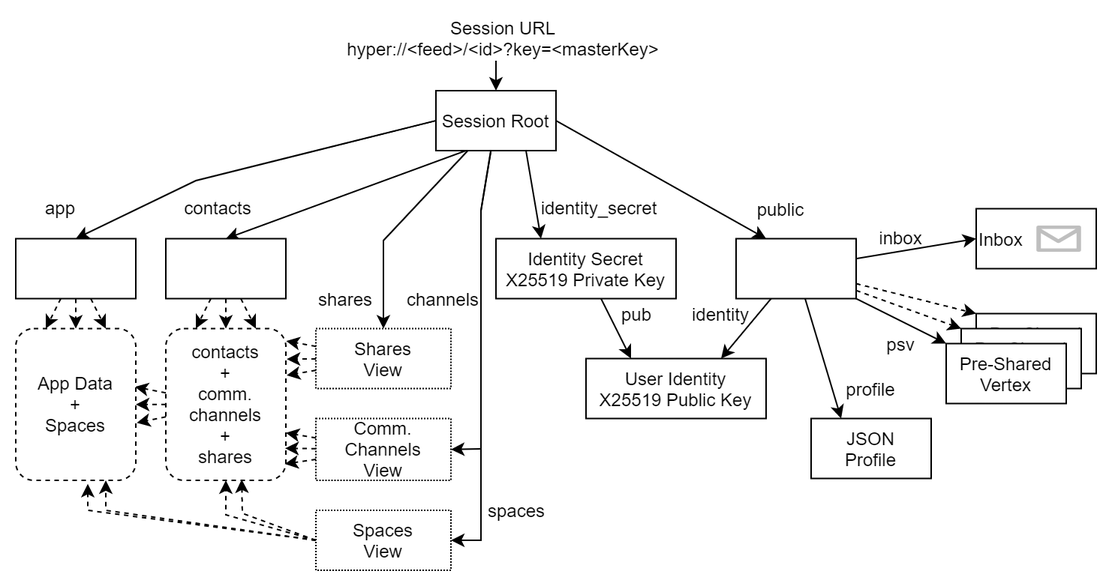
fsteff/certacrypt keeps this draw.io diagram as docs/session.png. Above is the earlier version. Source tidied: cells renumbered, new cells last; positions are measured from the earlier drawing's top-left corner, leaving out a move shared by most shapes.
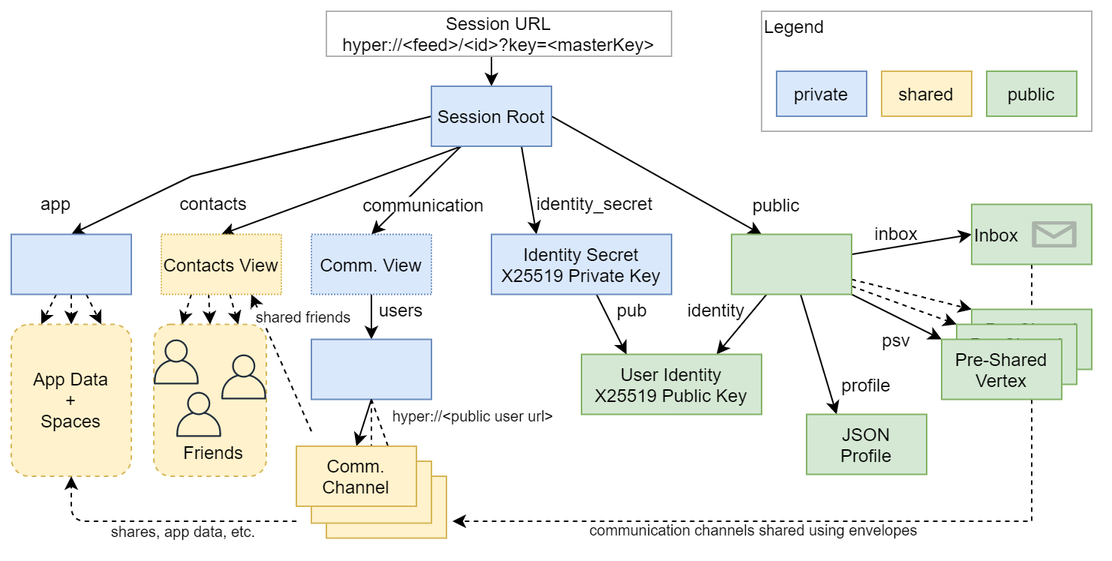
Above is the later version.

What changed in the source:
```diff
@@ -4,2 +4,22 @@
     <mxCell id="1" parent="0" />
+    <mxCell id="66" style="edgeStyle=none;rounded=0;jettySize=auto;html=1;dashed=1;" parent="1" edge="1" source="32">
+      <mxGeometry relative="1" as="geometry">
+        <mxPoint x="294" y="340" as="targetPoint" />
+        <Array as="points">
+          <mxPoint x="680" y="340" />
+        </Array>
+      </mxGeometry>
+    </mxCell>
+    <mxCell id="67" style="rounded=1;whiteSpace=wrap;html=1;fillColor=#fff2cc;dashed=1;strokeColor=#d6b656;" parent="1" vertex="1">
+      <mxGeometry x="95" y="208.8" width="75" height="101.2" as="geometry" />
+    </mxCell>
+    <mxCell id="68" style="endArrow=classic;html=1;exitX=0.5;exitY=1;exitDx=0;exitDy=0;entryX=0.605;entryY=0.017;entryDx=0;entryDy=0;dashed=1;entryPerimeter=0;" parent="1" edge="1" source="78" target="69">
+      <mxGeometry relative="1" as="geometry" />
+    </mxCell>
+    <mxCell id="69" style="rounded=0;whiteSpace=wrap;html=1;fillColor=#fff2cc;strokeColor=#d6b656;" parent="1" vertex="1">
+      <mxGeometry x="210" y="310" width="80" height="41.2" as="geometry" />
+    </mxCell>
+    <mxCell id="70" style="rounded=0;whiteSpace=wrap;html=1;fillColor=#fff2cc;strokeColor=#d6b656;" parent="1" vertex="1">
+      <mxGeometry x="200" y="300" width="80" height="41.2" as="geometry" />
+    </mxCell>
     <mxCell id="2" style="endArrow=classic;html=1;" parent="1" edge="1">
@@ -10,3 +30,3 @@
     </mxCell>
-    <mxCell id="3" value="Session URL&lt;br&gt;hyper://&amp;lt;feed&amp;gt;/&amp;lt;id&amp;gt;?key=&amp;lt;masterKey&amp;gt;" style="text;html=1;strokeColor=none;fillColor=none;align=center;verticalAlign=middle;whiteSpace=wrap;rounded=0;" parent="1" vertex="1">
+    <mxCell id="3" value="Session URL&lt;br&gt;hyper://&amp;lt;feed&amp;gt;/&amp;lt;id&amp;gt;?key=&amp;lt;masterKey&amp;gt;" style="text;html=1;fillColor=none;align=center;verticalAlign=middle;whiteSpace=wrap;rounded=0;strokeColor=#B3B3B3;" parent="1" vertex="1">
       <mxGeometry x="210" width="230" height="30" as="geometry" />
@@ -29,26 +49,6 @@
     </mxCell>
-    <mxCell id="8" style="edgeStyle=none;rounded=0;jettySize=auto;html=1;entryX=0.5;entryY=0;entryDx=0;entryDy=0;" parent="1" edge="1" source="11" target="52">
-      <mxGeometry relative="1" as="geometry">
-        <Array as="points">
-          <mxPoint x="245" y="150" />
-        </Array>
-      </mxGeometry>
-    </mxCell>
-    <mxCell id="9" style="edgeStyle=none;rounded=0;jettySize=auto;html=1;entryX=1;entryY=0.5;entryDx=0;entryDy=0;" parent="1" edge="1" source="11" target="56">
-      <mxGeometry relative="1" as="geometry">
-        <Array as="points">
-          <mxPoint x="310" y="130" />
-          <mxPoint x="310" y="289" />
-        </Array>
-      </mxGeometry>
-    </mxCell>
-    <mxCell id="10" style="edgeStyle=none;rounded=0;jettySize=auto;html=1;entryX=1;entryY=0.5;entryDx=0;entryDy=0;" parent="1" edge="1" source="11" target="64">
-      <mxGeometry relative="1" as="geometry">
-        <Array as="points">
-          <mxPoint x="310" y="130" />
-          <mxPoint x="310" y="350" />
-        </Array>
-      </mxGeometry>
-    </mxCell>
+    <mxCell id="71" style="rounded=0;jettySize=auto;html=1;entryX=0.5;entryY=0;entryDx=0;entryDy=0;" parent="1" edge="1" source="11" target="76">
+      <mxGeometry relative="1" as="geometry" />
+    </mxCell>
-    <mxCell id="11" value="Session Root" style="rounded=0;whiteSpace=wrap;html=1;" parent="1" vertex="1">
+    <mxCell id="11" value="Session Root" style="rounded=0;whiteSpace=wrap;html=1;fillColor=#dae8fc;strokeColor=#6c8ebf;" parent="1" vertex="1">
       <mxGeometry x="280" y="50" width="80" height="40" as="geometry" />
@@ -73,3 +73,3 @@
     </mxCell>
-    <mxCell id="18" style="rounded=0;whiteSpace=wrap;html=1;align=left;" parent="1" vertex="1">
+    <mxCell id="18" style="rounded=0;whiteSpace=wrap;html=1;align=left;fillColor=#d5e8d4;strokeColor=#82b366;" parent="1" vertex="1">
       <mxGeometry x="480" y="148.8" width="80" height="40" as="geometry" />
@@ -79,6 +79,6 @@
     </mxCell>
-    <mxCell id="20" value="User Identity&lt;br&gt;&lt;span&gt;X25519 Public Key&lt;/span&gt;" style="rounded=0;whiteSpace=wrap;html=1;" parent="1" vertex="1">
+    <mxCell id="20" value="User Identity&lt;br&gt;&lt;span&gt;X25519 Public Key&lt;/span&gt;" style="rounded=0;whiteSpace=wrap;html=1;fillColor=#d5e8d4;strokeColor=#82b366;" parent="1" vertex="1">
       <mxGeometry x="380" y="228.8" width="120" height="40" as="geometry" />
     </mxCell>
-    <mxCell id="21" value="JSON&lt;br&gt;Profile" style="rounded=0;whiteSpace=wrap;html=1;" parent="1" vertex="1">
+    <mxCell id="21" value="JSON&lt;br&gt;Profile" style="rounded=0;whiteSpace=wrap;html=1;fillColor=#d5e8d4;strokeColor=#82b366;" parent="1" vertex="1">
       <mxGeometry x="530" y="268.8" width="80" height="40" as="geometry" />
@@ -91,9 +91,9 @@
     </mxCell>
-    <mxCell id="24" value="Pre-Shared&lt;br&gt;Vertex" style="rounded=0;whiteSpace=wrap;html=1;" parent="1" vertex="1">
+    <mxCell id="24" value="Pre-Shared&lt;br&gt;Vertex" style="rounded=0;whiteSpace=wrap;html=1;fillColor=#d5e8d4;strokeColor=#82b366;" parent="1" vertex="1">
       <mxGeometry x="640" y="198.8" width="80" height="40" as="geometry" />
     </mxCell>
-    <mxCell id="25" value="Pre-Shared&lt;br&gt;Vertex" style="rounded=0;whiteSpace=wrap;html=1;" parent="1" vertex="1">
+    <mxCell id="25" value="Pre-Shared&lt;br&gt;Vertex" style="rounded=0;whiteSpace=wrap;html=1;fillColor=#d5e8d4;strokeColor=#82b366;" parent="1" vertex="1">
       <mxGeometry x="630" y="208.8" width="80" height="40" as="geometry" />
     </mxCell>
-    <mxCell id="26" value="Pre-Shared&lt;br&gt;Vertex" style="rounded=0;whiteSpace=wrap;html=1;" parent="1" vertex="1">
+    <mxCell id="26" value="Pre-Shared&lt;br&gt;Vertex" style="rounded=0;whiteSpace=wrap;html=1;fillColor=#d5e8d4;strokeColor=#82b366;" parent="1" vertex="1">
       <mxGeometry x="620" y="218.8" width="80" height="40" as="geometry" />
@@ -103,3 +103,3 @@
     </mxCell>
-    <mxCell id="28" value="Identity Secret&lt;br&gt;X25519 Private Key" style="rounded=0;whiteSpace=wrap;html=1;" parent="1" vertex="1">
+    <mxCell id="28" value="Identity Secret&lt;br&gt;X25519 Private Key" style="rounded=0;whiteSpace=wrap;html=1;fillColor=#dae8fc;strokeColor=#6c8ebf;" parent="1" vertex="1">
       <mxGeometry x="320" y="148.8" width="120" height="40" as="geometry" />
@@ -115,3 +115,3 @@
     </mxCell>
-    <mxCell id="32" value="Inbox" style="rounded=0;whiteSpace=wrap;html=1;align=left;" parent="1" vertex="1">
+    <mxCell id="32" value="Inbox" style="rounded=0;whiteSpace=wrap;html=1;align=left;fillColor=#d5e8d4;strokeColor=#82b366;" parent="1" vertex="1">
       <mxGeometry x="640" y="128.8" width="80" height="40" as="geometry" />
@@ -124,12 +124,12 @@
     </mxCell>
-    <mxCell id="35" style="edgeStyle=none;rounded=0;jettySize=auto;html=1;dashed=1;" parent="1" edge="1" source="38" target="48">
-      <mxGeometry relative="1" as="geometry" />
-    </mxCell>
-    <mxCell id="36" style="edgeStyle=none;rounded=0;jettySize=auto;html=1;entryX=0.25;entryY=0;entryDx=0;entryDy=0;dashed=1;" parent="1" edge="1" source="38" target="48">
-      <mxGeometry relative="1" as="geometry" />
-    </mxCell>
-    <mxCell id="37" style="edgeStyle=none;rounded=0;jettySize=auto;html=1;entryX=0.75;entryY=0;entryDx=0;entryDy=0;dashed=1;" parent="1" edge="1" source="38" target="48">
-      <mxGeometry relative="1" as="geometry" />
-    </mxCell>
+    <mxCell id="72" style="rounded=0;jettySize=auto;html=1;entryX=0.25;entryY=0;entryDx=0;entryDy=0;dashed=1;exitX=0.25;exitY=1;exitDx=0;exitDy=0;" parent="1" edge="1" source="38" target="67">
+      <mxGeometry relative="1" as="geometry" />
+    </mxCell>
+    <mxCell id="73" style="edgeStyle=none;rounded=0;jettySize=auto;html=1;entryX=0.5;entryY=0;entryDx=0;entryDy=0;dashed=1;exitX=0.394;exitY=0.987;exitDx=0;exitDy=0;exitPerimeter=0;" parent="1" edge="1" source="38" target="67">
+      <mxGeometry relative="1" as="geometry" />
+    </mxCell>
+    <mxCell id="74" style="edgeStyle=none;rounded=0;jettySize=auto;html=1;entryX=0.75;entryY=0;entryDx=0;entryDy=0;dashed=1;" parent="1" edge="1" source="38" target="67">
+      <mxGeometry relative="1" as="geometry" />
+    </mxCell>
-    <mxCell id="38" style="rounded=0;whiteSpace=wrap;html=1;fillColor=#FFFFFF;" parent="1" vertex="1">
+    <mxCell id="38" value="Contacts View" style="rounded=0;whiteSpace=wrap;html=1;fillColor=#fff2cc;dashed=1;dashPattern=1 1;strokeColor=#d6b656;" parent="1" vertex="1">
       <mxGeometry x="100" y="148.8" width="80" height="40" as="geometry" />
@@ -148,3 +148,3 @@
     </mxCell>
-    <mxCell id="43" style="rounded=0;whiteSpace=wrap;html=1;fillColor=#FFFFFF;" parent="1" vertex="1">
+    <mxCell id="43" style="rounded=0;whiteSpace=wrap;html=1;fillColor=#dae8fc;strokeColor=#6c8ebf;" parent="1" vertex="1">
       <mxGeometry y="148.8" width="80" height="40" as="geometry" />
@@ -154,81 +154,81 @@
     </mxCell>
-    <mxCell id="45" style="edgeStyle=none;rounded=0;jettySize=auto;html=1;entryX=1;entryY=0.5;entryDx=0;entryDy=0;dashed=1;" parent="1" edge="1" source="48" target="59">
-      <mxGeometry relative="1" as="geometry" />
-    </mxCell>
-    <mxCell id="46" style="edgeStyle=none;rounded=0;jettySize=auto;html=1;entryX=1.008;entryY=0.621;entryDx=0;entryDy=0;entryPerimeter=0;dashed=1;" parent="1" edge="1" source="48" target="59">
-      <mxGeometry relative="1" as="geometry" />
-    </mxCell>
-    <mxCell id="47" style="edgeStyle=none;rounded=0;jettySize=auto;html=1;entryX=0.992;entryY=0.384;entryDx=0;entryDy=0;entryPerimeter=0;dashed=1;" parent="1" edge="1" source="48" target="59">
-      <mxGeometry relative="1" as="geometry" />
-    </mxCell>
-    <mxCell id="48" value="contacts&lt;br&gt;+&lt;br&gt;comm. channels&lt;br&gt;+&lt;br&gt;shares" style="rounded=1;whiteSpace=wrap;html=1;fillColor=#FFFFFF;dashed=1;" parent="1" vertex="1">
-      <mxGeometry x="100" y="208.8" width="80" height="101.2" as="geometry" />
-    </mxCell>
-    <mxCell id="49" style="edgeStyle=none;rounded=0;jettySize=auto;html=1;entryX=1.003;entryY=0.082;entryDx=0;entryDy=0;entryPerimeter=0;dashed=1;" parent="1" edge="1" source="52" target="48">
-      <mxGeometry relative="1" as="geometry" />
-    </mxCell>
-    <mxCell id="50" style="edgeStyle=none;rounded=0;jettySize=auto;html=1;dashed=1;entryX=1.007;entryY=0.201;entryDx=0;entryDy=0;entryPerimeter=0;" parent="1" edge="1" source="52" target="48">
-      <mxGeometry relative="1" as="geometry" />
-    </mxCell>
-    <mxCell id="51" style="edgeStyle=none;rounded=0;jettySize=auto;html=1;entryX=1.007;entryY=0.308;entryDx=0;entryDy=0;entryPerimeter=0;dashed=1;" parent="1" edge="1" source="52" target="48">
-      <mxGeometry relative="1" as="geometry" />
-    </mxCell>
-    <mxCell id="52" value="Shares&lt;br&gt;View" style="rounded=0;whiteSpace=wrap;html=1;dashed=1;fillColor=#FFFFFF;dashPattern=1 1;" parent="1" vertex="1">
-      <mxGeometry x="200" y="208.8" width="90" height="40" as="geometry" />
-    </mxCell>
-    <mxCell id="53" style="edgeStyle=none;rounded=0;jettySize=auto;html=1;entryX=1;entryY=0.687;entryDx=0;entryDy=0;entryPerimeter=0;dashed=1;" parent="1" edge="1" source="56" target="48">
-      <mxGeometry relative="1" as="geometry" />
-    </mxCell>
-    <mxCell id="54" style="edgeStyle=none;rounded=0;jettySize=auto;html=1;entryX=0.994;entryY=0.789;entryDx=0;entryDy=0;dashed=1;entryPerimeter=0;" parent="1" edge="1" source="56" target="48">
-      <mxGeometry relative="1" as="geometry" />
-    </mxCell>
-    <mxCell id="55" style="edgeStyle=none;rounded=0;jettySize=auto;html=1;entryX=0.991;entryY=0.892;entryDx=0;entryDy=0;entryPerimeter=0;dashed=1;" parent="1" edge="1" source="56" target="48">
-      <mxGeometry relative="1" as="geometry" />
-    </mxCell>
-    <mxCell id="56" value="Comm. Channels&lt;br&gt;View" style="rounded=0;whiteSpace=wrap;html=1;dashed=1;fillColor=#FFFFFF;dashPattern=1 1;" parent="1" vertex="1">
-      <mxGeometry x="200" y="268.8" width="90" height="41.2" as="geometry" />
-    </mxCell>
-    <mxCell id="57" value="shares" style="text;html=1;strokeColor=none;fillColor=none;align=center;verticalAlign=middle;whiteSpace=wrap;rounded=0;dashed=1;" parent="1" vertex="1">
-      <mxGeometry x="200" y="178.8" width="40" height="20" as="geometry" />
-    </mxCell>
-    <mxCell id="58" value="channels" style="text;html=1;strokeColor=none;fillColor=none;align=center;verticalAlign=middle;whiteSpace=wrap;rounded=0;dashed=1;" parent="1" vertex="1">
-      <mxGeometry x="265" y="178.8" width="40" height="20" as="geometry" />
-    </mxCell>
-    <mxCell id="59" value="App Data&lt;br&gt;+&lt;br&gt;Spaces" style="rounded=1;whiteSpace=wrap;html=1;dashed=1;fillColor=#FFFFFF;" parent="1" vertex="1">
+    <mxCell id="59" value="App Data&lt;br&gt;+&lt;br&gt;Spaces" style="rounded=1;whiteSpace=wrap;html=1;dashed=1;fillColor=#fff2cc;strokeColor=#d6b656;" parent="1" vertex="1">
       <mxGeometry y="208.8" width="80" height="101.2" as="geometry" />
     </mxCell>
-    <mxCell id="60" style="edgeStyle=none;rounded=0;jettySize=auto;html=1;entryX=0.5;entryY=1;entryDx=0;entryDy=0;dashed=1;exitX=0;exitY=0.5;exitDx=0;exitDy=0;" parent="1" edge="1" source="64" target="48">
-      <mxGeometry relative="1" as="geometry">
-        <Array as="points">
-          <mxPoint x="140" y="333" />
-        </Array>
-      </mxGeometry>
-    </mxCell>
-    <mxCell id="61" style="edgeStyle=none;rounded=0;jettySize=auto;html=1;entryX=0.75;entryY=1;entryDx=0;entryDy=0;dashed=1;exitX=0;exitY=0.5;exitDx=0;exitDy=0;" parent="1" edge="1" source="64" target="59">
-      <mxGeometry relative="1" as="geometry">
-        <Array as="points">
-          <mxPoint x="60" y="330" />
-        </Array>
-      </mxGeometry>
-    </mxCell>
-    <mxCell id="62" style="edgeStyle=none;rounded=0;jettySize=auto;html=1;dashed=1;exitX=0;exitY=0.5;exitDx=0;exitDy=0;entryX=0.632;entryY=0.994;entryDx=0;entryDy=0;entryPerimeter=0;" parent="1" edge="1" source="64" target="48">
-      <mxGeometry relative="1" as="geometry">
-        <Array as="points">
-          <mxPoint x="151" y="332" />
-        </Array>
-      </mxGeometry>
-    </mxCell>
-    <mxCell id="63" style="edgeStyle=none;rounded=0;jettySize=auto;html=1;entryX=0.6;entryY=1.023;entryDx=0;entryDy=0;entryPerimeter=0;dashed=1;exitX=0;exitY=0.5;exitDx=0;exitDy=0;" parent="1" edge="1" source="64" target="59">
-      <mxGeometry relative="1" as="geometry">
-        <Array as="points">
-          <mxPoint x="48" y="330" />
-        </Array>
-      </mxGeometry>
-    </mxCell>
-    <mxCell id="64" value="Spaces&lt;br&gt;View" style="rounded=0;whiteSpace=wrap;html=1;dashed=1;fillColor=#FFFFFF;dashPattern=1 1;" parent="1" vertex="1">
-      <mxGeometry x="200" y="330" width="90" height="40" as="geometry" />
-    </mxCell>
-    <mxCell id="65" value="spaces" style="text;html=1;strokeColor=none;fillColor=none;align=center;verticalAlign=middle;whiteSpace=wrap;rounded=0;dashed=1;dashPattern=1 1;" parent="1" vertex="1">
-      <mxGeometry x="314" y="320" width="40" height="20" as="geometry" />
-    </mxCell>
+    <mxCell id="75" style="edgeStyle=none;rounded=0;jettySize=auto;html=1;entryX=0.5;entryY=0;entryDx=0;entryDy=0;" parent="1" edge="1" source="76" target="78">
+      <mxGeometry relative="1" as="geometry" />
+    </mxCell>
+    <mxCell id="76" value="Comm. View" style="rounded=0;whiteSpace=wrap;html=1;fillColor=#dae8fc;dashed=1;dashPattern=1 1;strokeColor=#6c8ebf;" parent="1" vertex="1">
+      <mxGeometry x="200" y="148.8" width="80" height="40" as="geometry" />
+    </mxCell>
+    <mxCell id="77" value="&lt;font style=&quot;font-size: 12px&quot;&gt;communication&lt;/font&gt;" style="text;html=1;strokeColor=none;align=center;verticalAlign=middle;whiteSpace=wrap;rounded=0;fillColor=#FFFFFF;" parent="1" vertex="1">
+      <mxGeometry x="230" y="123.8" width="90" height="10" as="geometry" />
+    </mxCell>
+    <mxCell id="78" style="rounded=0;whiteSpace=wrap;html=1;fillColor=#dae8fc;strokeColor=#6c8ebf;" parent="1" vertex="1">
+      <mxGeometry x="200" y="218.8" width="80" height="40" as="geometry" />
+    </mxCell>
+    <mxCell id="79" value="users" style="text;html=1;strokeColor=none;fillColor=none;align=center;verticalAlign=middle;whiteSpace=wrap;rounded=0;" parent="1" vertex="1">
+      <mxGeometry x="240" y="188.8" width="40" height="20" as="geometry" />
+    </mxCell>
+    <mxCell id="80" style="endArrow=classic;html=1;exitX=0.5;exitY=1;exitDx=0;exitDy=0;entryX=0.5;entryY=0;entryDx=0;entryDy=0;" parent="1" edge="1" source="78" target="83">
+      <mxGeometry relative="1" as="geometry" />
+    </mxCell>
+    <mxCell id="81" style="endArrow=classic;html=1;exitX=0.5;exitY=1;exitDx=0;exitDy=0;entryX=0.5;entryY=0;entryDx=0;entryDy=0;dashed=1;" parent="1" edge="1" source="78" target="70">
+      <mxGeometry relative="1" as="geometry" />
+    </mxCell>
+    <mxCell id="82" value="&lt;font style=&quot;font-size: 10px&quot;&gt;hyper://&amp;lt;public user url&amp;gt;&lt;/font&gt;" style="text;html=1;strokeColor=none;fillColor=none;align=center;verticalAlign=middle;whiteSpace=wrap;rounded=0;" parent="1" vertex="1">
+      <mxGeometry x="250" y="258.8" width="116" height="20" as="geometry" />
+    </mxCell>
+    <mxCell id="83" value="Comm.&lt;br&gt;Channel" style="rounded=0;whiteSpace=wrap;html=1;fillColor=#fff2cc;strokeColor=#d6b656;" parent="1" vertex="1">
+      <mxGeometry x="190" y="290" width="80" height="40" as="geometry" />
+    </mxCell>
+    <mxCell id="84" style="endArrow=classic;html=1;dashed=1;entryX=0.5;entryY=1;entryDx=0;entryDy=0;edgeStyle=orthogonalEdgeStyle;" parent="1" edge="1" target="59">
+      <mxGeometry relative="1" as="geometry">
+        <mxPoint x="190" y="340" as="sourcePoint" />
+        <Array as="points">
+          <mxPoint x="40" y="340" />
+        </Array>
+      </mxGeometry>
+    </mxCell>
+    <mxCell id="85" style="endArrow=classic;html=1;dashed=1;entryX=0.75;entryY=1;entryDx=0;entryDy=0;" parent="1" edge="1" target="38">
+      <mxGeometry relative="1" as="geometry">
+        <mxPoint x="200" y="280" as="sourcePoint" />
+      </mxGeometry>
+    </mxCell>
+    <mxCell id="86" value="&lt;font style=&quot;font-size: 10px&quot;&gt;shares, app data, etc.&lt;/font&gt;" style="text;html=1;strokeColor=none;fillColor=none;align=center;verticalAlign=middle;whiteSpace=wrap;rounded=0;" parent="1" vertex="1">
+      <mxGeometry x="30" y="341.2" width="170" height="8.8" as="geometry" />
+    </mxCell>
+    <mxCell id="87" value="&lt;font style=&quot;font-size: 10px&quot;&gt;shared friends&lt;/font&gt;" style="text;html=1;strokeColor=none;align=center;verticalAlign=middle;whiteSpace=wrap;rounded=0;fillColor=#ffffff;" parent="1" vertex="1">
+      <mxGeometry x="160" y="197.5" width="70" height="11.2" as="geometry" />
+    </mxCell>
+    <mxCell id="88" style="fontColor=#232F3E;gradientColor=none;fillColor=#232F3E;strokeColor=none;dashed=0;verticalLabelPosition=bottom;verticalAlign=top;align=center;html=1;fontSize=12;fontStyle=0;shape=mxgraph.aws4.user;" parent="1" vertex="1">
+      <mxGeometry x="95" y="218.8" width="30" height="30" as="geometry" />
+    </mxCell>
+    <mxCell id="89" style="fontColor=#232F3E;gradientColor=none;fillColor=#232F3E;strokeColor=none;dashed=0;verticalLabelPosition=bottom;verticalAlign=top;align=center;html=1;fontSize=12;fontStyle=0;shape=mxgraph.aws4.user;" parent="1" vertex="1">
+      <mxGeometry x="140" y="228.8" width="30" height="30" as="geometry" />
+    </mxCell>
+    <mxCell id="90" style="fontColor=#232F3E;gradientColor=none;fillColor=#232F3E;strokeColor=none;dashed=0;verticalLabelPosition=bottom;verticalAlign=top;align=center;html=1;fontSize=12;fontStyle=0;shape=mxgraph.aws4.user;" parent="1" vertex="1">
+      <mxGeometry x="110" y="253.8" width="30" height="30" as="geometry" />
+    </mxCell>
+    <mxCell id="91" value="Friends" style="text;html=1;strokeColor=none;fillColor=none;align=center;verticalAlign=middle;whiteSpace=wrap;rounded=0;dashed=1;" parent="1" vertex="1">
+      <mxGeometry x="110" y="283.8" width="50" height="20" as="geometry" />
+    </mxCell>
+    <mxCell id="92" value="&lt;font style=&quot;font-size: 10px&quot;&gt;communication channels shared using envelopes&lt;/font&gt;" style="text;html=1;strokeColor=none;fillColor=none;align=center;verticalAlign=middle;whiteSpace=wrap;rounded=0;dashed=1;dashPattern=1 1;" parent="1" vertex="1">
+      <mxGeometry x="360" y="340.6" width="270" height="9.4" as="geometry" />
+    </mxCell>
+    <mxCell id="93" style="rounded=0;whiteSpace=wrap;html=1;fillColor=none;strokeColor=#B3B3B3;" parent="1" vertex="1">
+      <mxGeometry x="500" width="220" height="80" as="geometry" />
+    </mxCell>
+    <mxCell id="94" value="Legend" style="text;html=1;strokeColor=none;fillColor=none;align=left;verticalAlign=middle;whiteSpace=wrap;rounded=0;" parent="1" vertex="1">
+      <mxGeometry x="500" width="50" height="20" as="geometry" />
+    </mxCell>
+    <mxCell id="95" value="private" style="rounded=0;whiteSpace=wrap;html=1;strokeColor=#6c8ebf;fillColor=#dae8fc;" parent="1" vertex="1">
+      <mxGeometry x="510" y="40" width="60" height="30" as="geometry" />
+    </mxCell>
+    <mxCell id="96" value="shared" style="rounded=0;whiteSpace=wrap;html=1;strokeColor=#d6b656;fillColor=#fff2cc;" parent="1" vertex="1">
+      <mxGeometry x="580" y="40" width="60" height="30" as="geometry" />
+    </mxCell>
+    <mxCell id="97" value="public" style="rounded=0;whiteSpace=wrap;html=1;strokeColor=#82b366;fillColor=#d5e8d4;" parent="1" vertex="1">
+      <mxGeometry x="650" y="40" width="60" height="30" as="geometry" />
+    </mxCell>
   </root>
```
